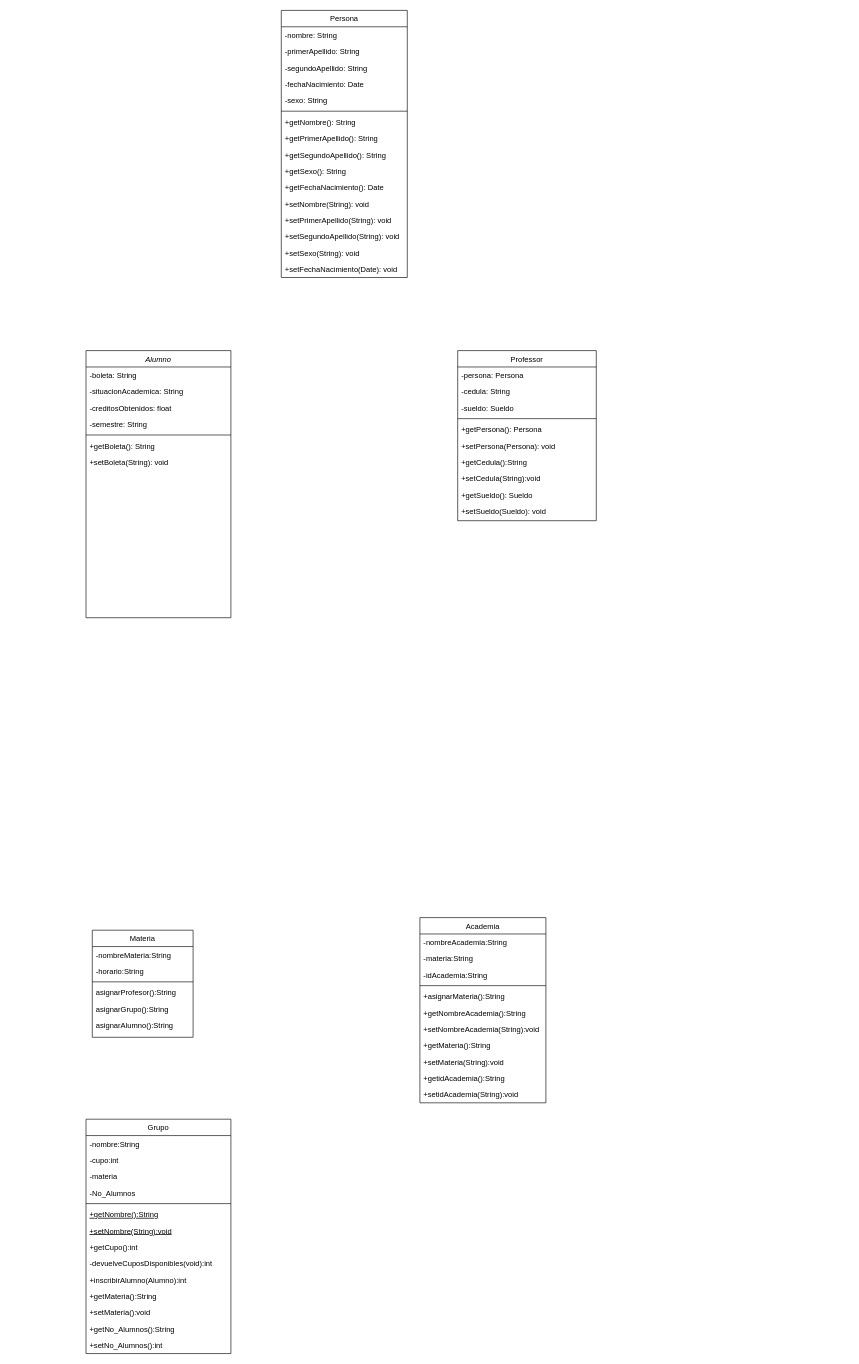
This is diagramaPrincipal.drawio from a2772/J-001-ProyectosCurso, a draw.io file, before an edit. Source tidied: cells renumbered, new cells numbered last; positions are measured from the earlier drawing's top-left corner, leaving out a move shared by most shapes. Both pictures are drawn from the tidied source at 63%, with x=0, y=0 at pixel (86, 10).
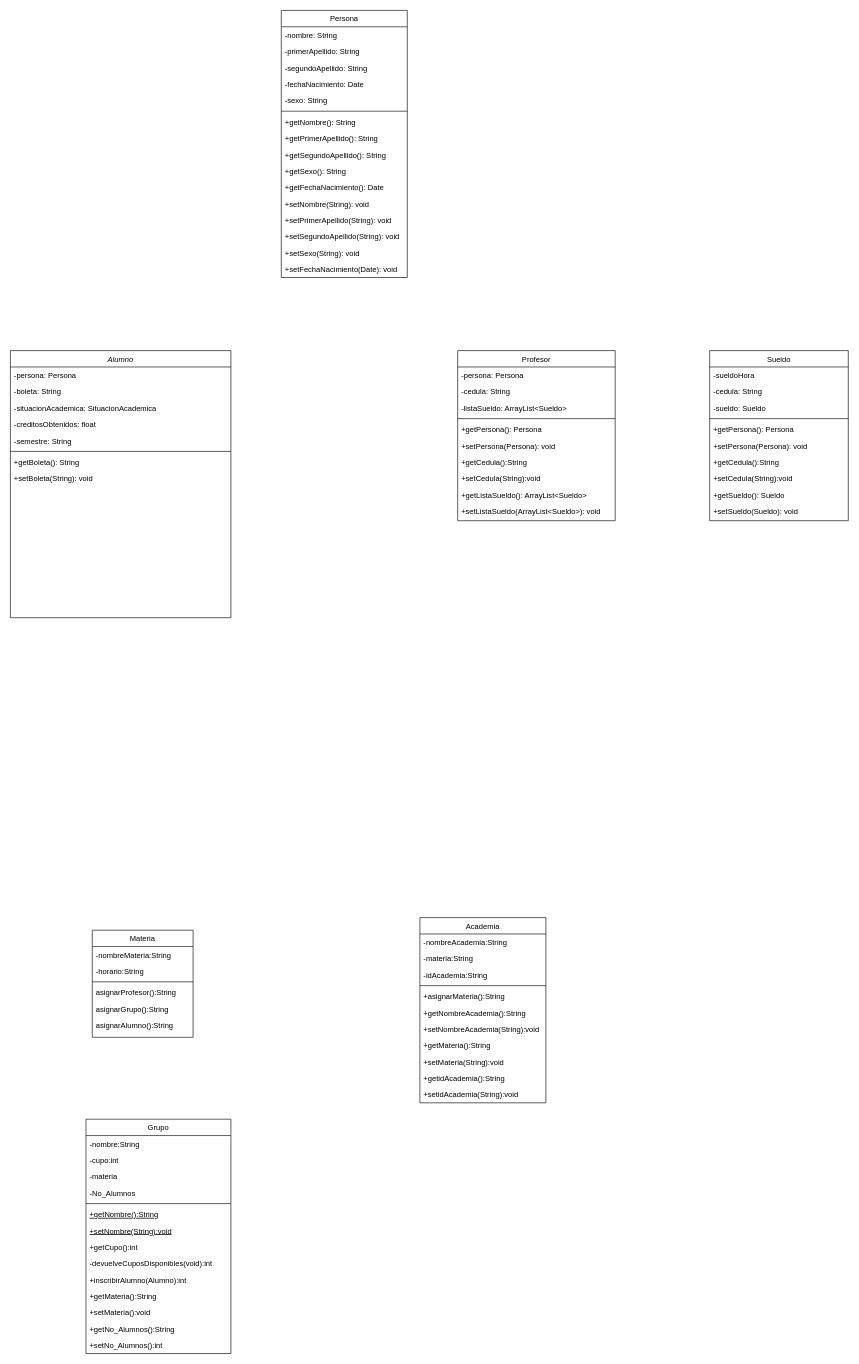
Above is the later version.

Commit message:
Actualizacion Profesor-Sueldo

The edit, as a diff of the source:
```diff
@@
     <mxCell id="2" value="Alumno" style="swimlane;fontStyle=2;align=center;verticalAlign=top;horizontal=1;startSize=26;rounded=0;shadow=0;strokeWidth=1;" parent="1" vertex="1">
-      <mxGeometry y="540" width="230" height="424" as="geometry" />
+      <mxGeometry x="-120" y="540" width="350" height="424" as="geometry" />
     </mxCell>
+    <mxCell id="72" value="-persona: Persona" style="text;align=left;verticalAlign=top;spacingLeft=4;spacingRight=4;overflow=hidden;rounded=0;shadow=0;html=0;" parent="2" vertex="1">
+      <mxGeometry y="26" width="350" height="26" as="geometry" />
+    </mxCell>
     <mxCell id="3" value="-boleta: String" style="text;align=left;verticalAlign=top;spacingLeft=4;spacingRight=4;overflow=hidden;rounded=0;shadow=0;html=0;" parent="2" vertex="1">
-      <mxGeometry y="26" width="230" height="26" as="geometry" />
+      <mxGeometry y="52" width="350" height="26" as="geometry" />
     </mxCell>
-    <mxCell id="4" value="-situacionAcademica: String" style="text;align=left;verticalAlign=top;spacingLeft=4;spacingRight=4;overflow=hidden;rounded=0;shadow=0;html=0;" parent="2" vertex="1">
-      <mxGeometry y="52" width="230" height="26" as="geometry" />
+    <mxCell id="4" value="-situacionAcademica: SituacionAcademica" style="text;align=left;verticalAlign=top;spacingLeft=4;spacingRight=4;overflow=hidden;rounded=0;shadow=0;html=0;" parent="2" vertex="1">
+      <mxGeometry y="78" width="350" height="26" as="geometry" />
     </mxCell>
     <mxCell id="5" value="-creditosObtenidos: float" style="text;align=left;verticalAlign=top;spacingLeft=4;spacingRight=4;overflow=hidden;rounded=0;shadow=0;html=0;" parent="2" vertex="1">
-      <mxGeometry y="78" width="230" height="26" as="geometry" />
+      <mxGeometry y="104" width="350" height="26" as="geometry" />
     </mxCell>
     <mxCell id="6" value="-semestre: String" style="text;align=left;verticalAlign=top;spacingLeft=4;spacingRight=4;overflow=hidden;rounded=0;shadow=0;html=0;" parent="2" vertex="1">
-      <mxGeometry y="104" width="230" height="26" as="geometry" />
+      <mxGeometry y="130" width="350" height="26" as="geometry" />
     </mxCell>
     <mxCell id="7" style="line;html=1;strokeWidth=1;align=left;verticalAlign=middle;spacingTop=-1;spacingLeft=3;spacingRight=3;labelPosition=right;" parent="2" vertex="1">
-      <mxGeometry y="130" width="230" height="8" as="geometry" />
+      <mxGeometry y="156" width="350" height="8" as="geometry" />
     </mxCell>
     <mxCell id="8" value="+getBoleta(): String" style="text;align=left;verticalAlign=top;spacingLeft=4;spacingRight=4;overflow=hidden;rounded=0;shadow=0;html=0;" parent="2" vertex="1">
-      <mxGeometry y="138" width="230" height="26" as="geometry" />
+      <mxGeometry y="164" width="350" height="26" as="geometry" />
     </mxCell>
     <mxCell id="9" value="+setBoleta(String): void" style="text;align=left;verticalAlign=top;spacingLeft=4;spacingRight=4;overflow=hidden;rounded=0;shadow=0;html=0;" parent="2" vertex="1">
-      <mxGeometry y="164" width="230" height="26" as="geometry" />
+      <mxGeometry y="190" width="350" height="26" as="geometry" />
     </mxCell>
@@
-    <mxCell id="25" value="Professor" style="swimlane;fontStyle=0;align=center;verticalAlign=top;horizontal=1;startSize=26;rounded=0;shadow=0;strokeWidth=1;" parent="1" vertex="1">
-      <mxGeometry x="590" y="540" width="220" height="270" as="geometry" />
+    <mxCell id="25" value="Profesor" style="swimlane;fontStyle=0;align=center;verticalAlign=top;horizontal=1;startSize=26;rounded=0;shadow=0;strokeWidth=1;" parent="1" vertex="1">
+      <mxGeometry x="590" y="540" width="250" height="270" as="geometry" />
     </mxCell>
     <mxCell id="26" value="-persona: Persona" style="text;align=left;verticalAlign=top;spacingLeft=4;spacingRight=4;overflow=hidden;" parent="25" vertex="1">
-      <mxGeometry y="26" width="220" height="26" as="geometry" />
+      <mxGeometry y="26" width="250" height="26" as="geometry" />
     </mxCell>
     <mxCell id="27" value="-cedula: String" style="text;align=left;verticalAlign=top;spacingLeft=4;spacingRight=4;overflow=hidden;" parent="25" vertex="1">
-      <mxGeometry y="52" width="220" height="26" as="geometry" />
+      <mxGeometry y="52" width="250" height="26" as="geometry" />
     </mxCell>
-    <mxCell id="28" value="-sueldo: Sueldo" style="text;align=left;verticalAlign=top;spacingLeft=4;spacingRight=4;overflow=hidden;" parent="25" vertex="1">
-      <mxGeometry y="78" width="220" height="26" as="geometry" />
+    <mxCell id="28" value="-listaSueldo: ArrayList&lt;Sueldo&gt;" style="text;align=left;verticalAlign=top;spacingLeft=4;spacingRight=4;overflow=hidden;" parent="25" vertex="1">
+      <mxGeometry y="78" width="250" height="26" as="geometry" />
     </mxCell>
     <mxCell id="29" style="line;html=1;strokeWidth=1;align=left;verticalAlign=middle;spacingTop=-1;spacingLeft=3;spacingRight=3;labelPosition=right;" parent="25" vertex="1">
-      <mxGeometry y="104" width="220" height="8" as="geometry" />
+      <mxGeometry y="104" width="250" height="8" as="geometry" />
     </mxCell>
     <mxCell id="30" value="+getPersona(): Persona&#10;" style="text;align=left;verticalAlign=top;spacingLeft=4;spacingRight=4;overflow=hidden;" parent="25" vertex="1">
-      <mxGeometry y="112" width="220" height="26" as="geometry" />
+      <mxGeometry y="112" width="250" height="26" as="geometry" />
     </mxCell>
     <mxCell id="31" value="+setPersona(Persona): void" style="text;align=left;verticalAlign=top;spacingLeft=4;spacingRight=4;overflow=hidden;" parent="25" vertex="1">
-      <mxGeometry y="138" width="220" height="26" as="geometry" />
+      <mxGeometry y="138" width="250" height="26" as="geometry" />
     </mxCell>
     <mxCell id="32" value="+getCedula():String&#10;" style="text;align=left;verticalAlign=top;spacingLeft=4;spacingRight=4;overflow=hidden;" parent="25" vertex="1">
-      <mxGeometry y="164" width="220" height="26" as="geometry" />
+      <mxGeometry y="164" width="250" height="26" as="geometry" />
     </mxCell>
     <mxCell id="33" value="+setCedula(String):void" style="text;align=left;verticalAlign=top;spacingLeft=4;spacingRight=4;overflow=hidden;" parent="25" vertex="1">
-      <mxGeometry y="190" width="220" height="26" as="geometry" />
+      <mxGeometry y="190" width="250" height="26" as="geometry" />
     </mxCell>
-    <mxCell id="34" value="+getSueldo(): Sueldo" style="text;align=left;verticalAlign=top;spacingLeft=4;spacingRight=4;overflow=hidden;" parent="25" vertex="1">
-      <mxGeometry y="216" width="220" height="26" as="geometry" />
+    <mxCell id="34" value="+getListaSueldo(): ArrayList&lt;Sueldo&gt;" style="text;align=left;verticalAlign=top;spacingLeft=4;spacingRight=4;overflow=hidden;" parent="25" vertex="1">
+      <mxGeometry y="216" width="250" height="26" as="geometry" />
     </mxCell>
-    <mxCell id="35" value="+setSueldo(Sueldo): void" style="text;align=left;verticalAlign=top;spacingLeft=4;spacingRight=4;overflow=hidden;" parent="25" vertex="1">
-      <mxGeometry y="242" width="220" height="26" as="geometry" />
+    <mxCell id="35" value="+setListaSueldo(ArrayList&lt;Sueldo&gt;): void" style="text;align=left;verticalAlign=top;spacingLeft=4;spacingRight=4;overflow=hidden;" parent="25" vertex="1">
+      <mxGeometry y="242" width="250" height="26" as="geometry" />
     </mxCell>
@@
+    <mxCell id="73" value="Sueldo" style="swimlane;fontStyle=0;align=center;verticalAlign=top;horizontal=1;startSize=26;rounded=0;shadow=0;strokeWidth=1;" parent="1" vertex="1">
+      <mxGeometry x="990" y="540" width="220" height="270" as="geometry" />
+    </mxCell>
+    <mxCell id="74" value="-sueldoHora" style="text;align=left;verticalAlign=top;spacingLeft=4;spacingRight=4;overflow=hidden;" parent="73" vertex="1">
+      <mxGeometry y="26" width="220" height="26" as="geometry" />
+    </mxCell>
+    <mxCell id="75" value="-cedula: String" style="text;align=left;verticalAlign=top;spacingLeft=4;spacingRight=4;overflow=hidden;" parent="73" vertex="1">
+      <mxGeometry y="52" width="220" height="26" as="geometry" />
+    </mxCell>
+    <mxCell id="76" value="-sueldo: Sueldo" style="text;align=left;verticalAlign=top;spacingLeft=4;spacingRight=4;overflow=hidden;" parent="73" vertex="1">
+      <mxGeometry y="78" width="220" height="26" as="geometry" />
+    </mxCell>
+    <mxCell id="77" style="line;html=1;strokeWidth=1;align=left;verticalAlign=middle;spacingTop=-1;spacingLeft=3;spacingRight=3;labelPosition=right;" parent="73" vertex="1">
+      <mxGeometry y="104" width="220" height="8" as="geometry" />
+    </mxCell>
+    <mxCell id="78" value="+getPersona(): Persona&#10;" style="text;align=left;verticalAlign=top;spacingLeft=4;spacingRight=4;overflow=hidden;" parent="73" vertex="1">
+      <mxGeometry y="112" width="220" height="26" as="geometry" />
+    </mxCell>
+    <mxCell id="79" value="+setPersona(Persona): void" style="text;align=left;verticalAlign=top;spacingLeft=4;spacingRight=4;overflow=hidden;" parent="73" vertex="1">
+      <mxGeometry y="138" width="220" height="26" as="geometry" />
+    </mxCell>
+    <mxCell id="80" value="+getCedula():String&#10;" style="text;align=left;verticalAlign=top;spacingLeft=4;spacingRight=4;overflow=hidden;" parent="73" vertex="1">
+      <mxGeometry y="164" width="220" height="26" as="geometry" />
+    </mxCell>
+    <mxCell id="81" value="+setCedula(String):void" style="text;align=left;verticalAlign=top;spacingLeft=4;spacingRight=4;overflow=hidden;" parent="73" vertex="1">
+      <mxGeometry y="190" width="220" height="26" as="geometry" />
+    </mxCell>
+    <mxCell id="82" value="+getSueldo(): Sueldo" style="text;align=left;verticalAlign=top;spacingLeft=4;spacingRight=4;overflow=hidden;" parent="73" vertex="1">
+      <mxGeometry y="216" width="220" height="26" as="geometry" />
+    </mxCell>
+    <mxCell id="83" value="+setSueldo(Sueldo): void" style="text;align=left;verticalAlign=top;spacingLeft=4;spacingRight=4;overflow=hidden;" parent="73" vertex="1">
+      <mxGeometry y="242" width="220" height="26" as="geometry" />
+    </mxCell>
```
